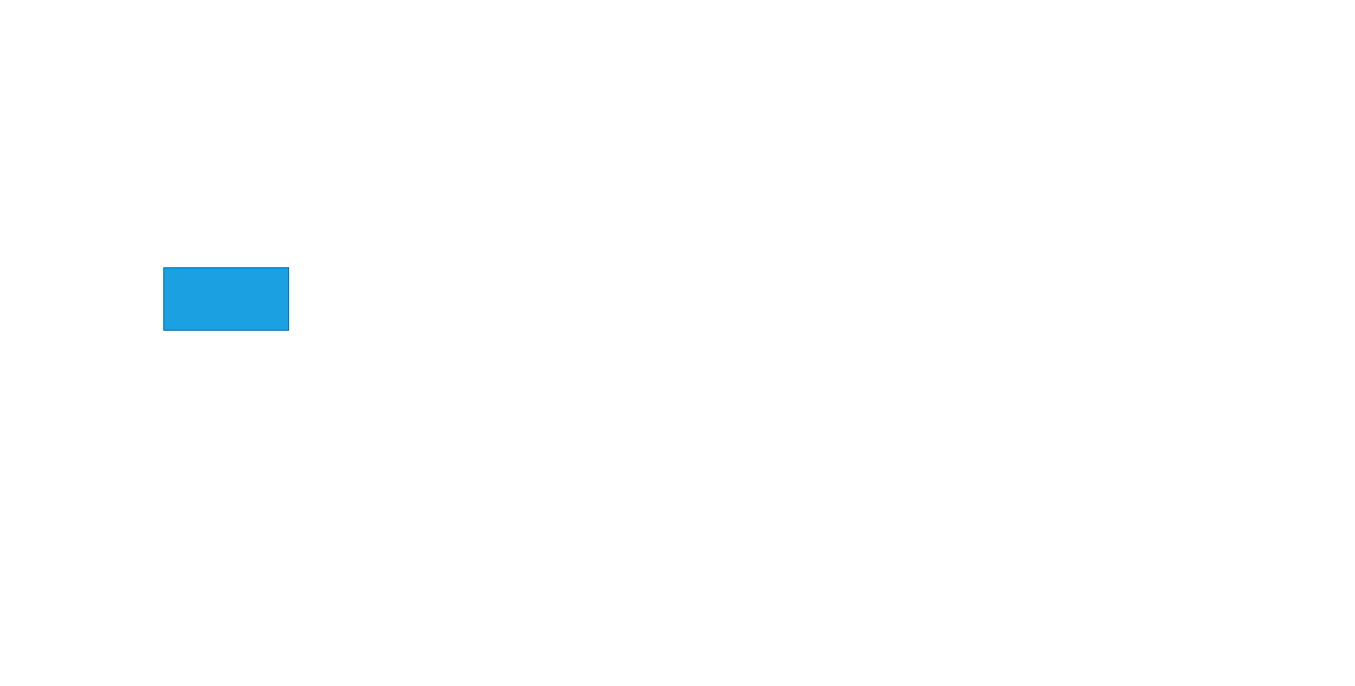
Before: page "Page-1" (1 of 2) of Pertemuan2Diagram.drawio in Nurrohman10/IF214002-2, a draw.io diagram. Source tidied: cells renumbered, new cells numbered last; positions are measured from the earlier drawing's top-left corner, leaving out a move shared by most shapes. Both pictures are drawn from the tidied source at 104%, with x=0, y=0 at pixel (163, 267).
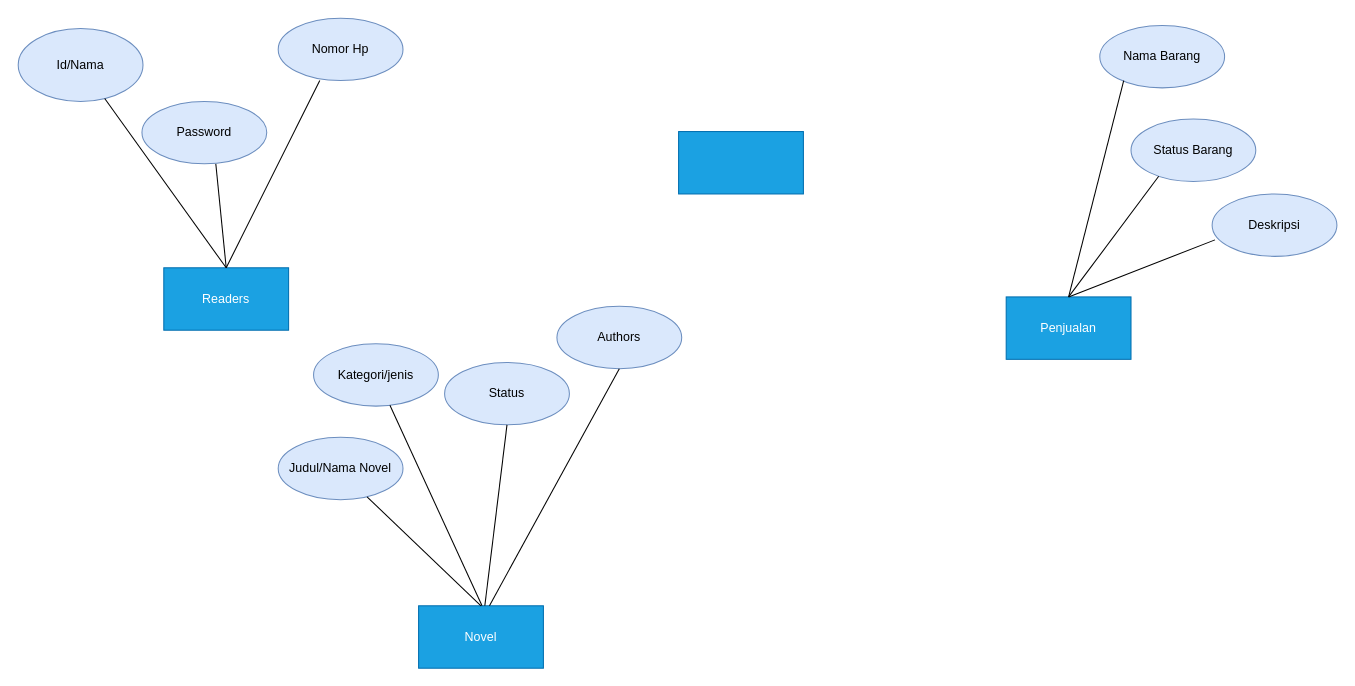
The same page after the edit.

What changed in the source:
```diff
@@
-    <mxCell id="2" style="rounded=0;whiteSpace=wrap;html=1;fillColor=#1ba1e2;strokeColor=#006EAF;fontColor=#ffffff;" parent="1" vertex="1">
+    <mxCell id="2" value="Readers" style="rounded=0;whiteSpace=wrap;html=1;fillColor=#1ba1e2;strokeColor=#006EAF;fontColor=#ffffff;" parent="1" vertex="1">
       <mxGeometry width="120" height="60" as="geometry" />
     </mxCell>
+    <mxCell id="3" value="Id/Nama" style="ellipse;whiteSpace=wrap;html=1;fillColor=#dae8fc;strokeColor=#6c8ebf;" parent="1" vertex="1">
+      <mxGeometry x="-140" y="-230" width="120" height="70" as="geometry" />
+    </mxCell>
+    <mxCell id="4" style="endArrow=none;html=1;rounded=0;exitX=0.5;exitY=0;exitDx=0;exitDy=0;" parent="1" edge="1" source="2" target="3">
+      <mxGeometry relative="1" as="geometry" />
+    </mxCell>
+    <mxCell id="5" style="endArrow=none;html=1;rounded=0;" parent="1" edge="1">
+      <mxGeometry relative="1" as="geometry">
+        <mxPoint x="60" as="sourcePoint" />
+        <mxPoint x="50" y="-100" as="targetPoint" />
+      </mxGeometry>
+    </mxCell>
+    <mxCell id="6" value="Nomor Hp" style="ellipse;whiteSpace=wrap;html=1;fillColor=#dae8fc;strokeColor=#6c8ebf;" parent="1" vertex="1">
+      <mxGeometry x="110" y="-240" width="120" height="60" as="geometry" />
+    </mxCell>
+    <mxCell id="7" value="Password" style="ellipse;whiteSpace=wrap;html=1;fillColor=#dae8fc;strokeColor=#6c8ebf;" parent="1" vertex="1">
+      <mxGeometry x="-21" y="-160" width="120" height="60" as="geometry" />
+    </mxCell>
+    <mxCell id="8" style="endArrow=none;html=1;rounded=0;" parent="1" edge="1">
+      <mxGeometry relative="1" as="geometry">
+        <mxPoint x="60" as="sourcePoint" />
+        <mxPoint x="150" y="-180" as="targetPoint" />
+      </mxGeometry>
+    </mxCell>
+    <mxCell id="9" value="Novel" style="rounded=0;whiteSpace=wrap;html=1;fillColor=#1ba1e2;strokeColor=#006EAF;fontColor=#ffffff;" parent="1" vertex="1">
+      <mxGeometry x="245" y="325" width="120" height="60" as="geometry" />
+    </mxCell>
+    <mxCell id="10" value="Judul/Nama Novel" style="ellipse;whiteSpace=wrap;html=1;fillColor=#dae8fc;strokeColor=#6c8ebf;" parent="1" vertex="1">
+      <mxGeometry x="110" y="163" width="120" height="60" as="geometry" />
+    </mxCell>
+    <mxCell id="11" value="Kategori/jenis" style="ellipse;whiteSpace=wrap;html=1;fillColor=#dae8fc;strokeColor=#6c8ebf;" parent="1" vertex="1">
+      <mxGeometry x="144" y="73" width="120" height="60" as="geometry" />
+    </mxCell>
+    <mxCell id="12" value="Status" style="ellipse;whiteSpace=wrap;html=1;fillColor=#dae8fc;strokeColor=#6c8ebf;" parent="1" vertex="1">
+      <mxGeometry x="270" y="91" width="120" height="60" as="geometry" />
+    </mxCell>
+    <mxCell id="13" value="Authors" style="ellipse;whiteSpace=wrap;html=1;fillColor=#dae8fc;strokeColor=#6c8ebf;" parent="1" vertex="1">
+      <mxGeometry x="378" y="37" width="120" height="60" as="geometry" />
+    </mxCell>
+    <mxCell id="14" style="endArrow=none;html=1;rounded=0;entryX=0.712;entryY=0.954;entryDx=0;entryDy=0;entryPerimeter=0;exitX=0.5;exitY=0;exitDx=0;exitDy=0;" parent="1" edge="1" source="9" target="10">
+      <mxGeometry relative="1" as="geometry" />
+    </mxCell>
+    <mxCell id="15" style="endArrow=none;html=1;rounded=0;" parent="1" edge="1" target="11">
+      <mxGeometry relative="1" as="geometry">
+        <mxPoint x="306" y="325" as="sourcePoint" />
+      </mxGeometry>
+    </mxCell>
+    <mxCell id="16" style="endArrow=none;html=1;rounded=0;entryX=0.5;entryY=1;entryDx=0;entryDy=0;" parent="1" edge="1" source="9" target="12">
+      <mxGeometry relative="1" as="geometry" />
+    </mxCell>
+    <mxCell id="17" style="endArrow=none;html=1;rounded=0;entryX=0.5;entryY=1;entryDx=0;entryDy=0;exitX=0.568;exitY=-0.001;exitDx=0;exitDy=0;exitPerimeter=0;" parent="1" edge="1" source="9" target="13">
+      <mxGeometry relative="1" as="geometry" />
+    </mxCell>
+    <mxCell id="18" value="Penjualan" style="rounded=0;whiteSpace=wrap;html=1;fillColor=#1ba1e2;fontColor=#ffffff;strokeColor=#006EAF;" parent="1" vertex="1">
+      <mxGeometry x="810" y="28" width="120" height="60" as="geometry" />
+    </mxCell>
+    <mxCell id="19" value="Nama Barang" style="ellipse;whiteSpace=wrap;html=1;fillColor=#dae8fc;strokeColor=#6c8ebf;" parent="1" vertex="1">
+      <mxGeometry x="900" y="-233" width="120" height="60" as="geometry" />
+    </mxCell>
+    <mxCell id="20" value="Status Barang" style="ellipse;whiteSpace=wrap;html=1;fillColor=#dae8fc;strokeColor=#6c8ebf;" parent="1" vertex="1">
+      <mxGeometry x="930" y="-143" width="120" height="60" as="geometry" />
+    </mxCell>
+    <mxCell id="21" value="Deskripsi" style="ellipse;whiteSpace=wrap;html=1;fillColor=#dae8fc;strokeColor=#6c8ebf;" parent="1" vertex="1">
+      <mxGeometry x="1008" y="-71" width="120" height="60" as="geometry" />
+    </mxCell>
+    <mxCell id="22" style="endArrow=none;html=1;rounded=0;exitX=0.5;exitY=0;exitDx=0;exitDy=0;" parent="1" edge="1" source="18">
+      <mxGeometry relative="1" as="geometry">
+        <mxPoint x="923" y="-180" as="targetPoint" />
+      </mxGeometry>
+    </mxCell>
+    <mxCell id="23" style="endArrow=none;html=1;rounded=0;exitX=0.5;exitY=0;exitDx=0;exitDy=0;entryX=0.222;entryY=0.917;entryDx=0;entryDy=0;entryPerimeter=0;" parent="1" edge="1" source="18" target="20">
+      <mxGeometry relative="1" as="geometry" />
+    </mxCell>
+    <mxCell id="24" style="endArrow=none;html=1;rounded=0;exitX=0.5;exitY=0;exitDx=0;exitDy=0;entryX=0.023;entryY=0.736;entryDx=0;entryDy=0;entryPerimeter=0;" parent="1" edge="1" source="18" target="21">
+      <mxGeometry relative="1" as="geometry" />
+    </mxCell>
+    <mxCell id="25" style="rounded=0;whiteSpace=wrap;html=1;fillColor=#1ba1e2;fontColor=#ffffff;strokeColor=#006EAF;" parent="1" vertex="1">
+      <mxGeometry x="495" y="-131" width="120" height="60" as="geometry" />
+    </mxCell>
```
